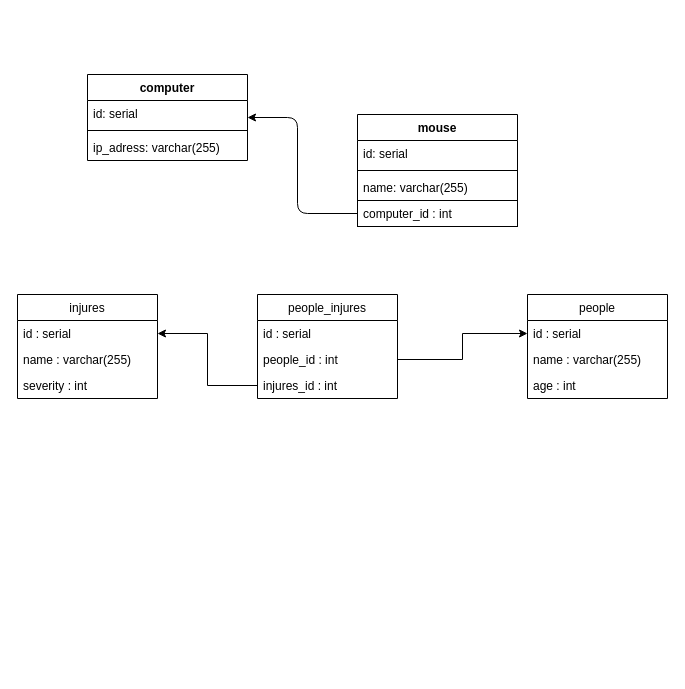
KarnaukhovKirill/job4j_design keeps this draw.io diagram as Untitled Diagram.drawio. Above is the earlier version. Source tidied: cells renumbered, new cells numbered last; positions are measured from the earlier drawing's top-left corner, leaving out a move shared by most shapes. Both pictures are drawn from the tidied source at 100%, with x=0, y=0 at pixel (17, 74).
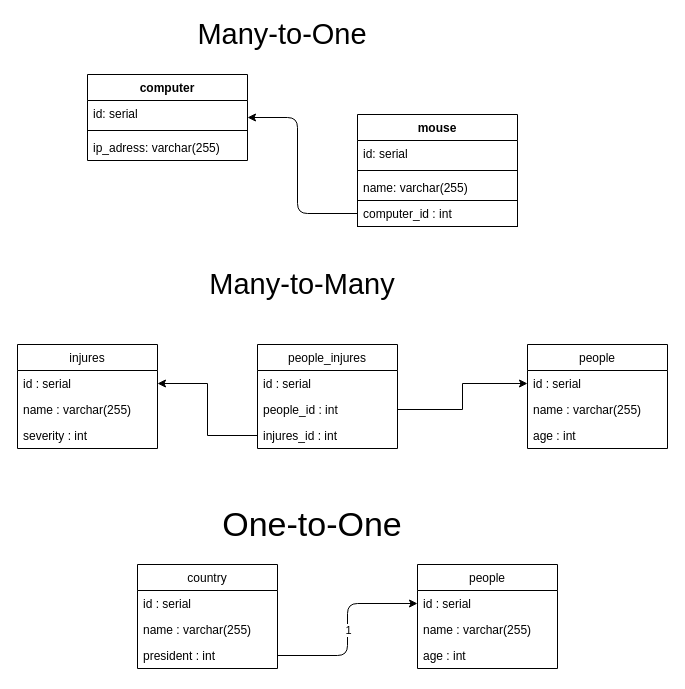
The same page after the edit.

What changed in the source:
```diff
@@
     <mxCell id="12" value="people_injures" style="swimlane;fontStyle=0;horizontal=1;startSize=26;fillColor=none;sketch=0;strokeColor=#000000;" parent="1" vertex="1">
-      <mxGeometry x="240" y="220" width="140" height="104" as="geometry" />
+      <mxGeometry x="240" y="270" width="140" height="104" as="geometry" />
     </mxCell>
@@
     <mxCell id="16" value="people" style="swimlane;fontStyle=0;horizontal=1;startSize=26;fillColor=none;sketch=0;strokeColor=#000000;" parent="1" vertex="1">
-      <mxGeometry x="510" y="220" width="140" height="104" as="geometry" />
+      <mxGeometry x="510" y="270" width="140" height="104" as="geometry" />
     </mxCell>
@@
     <mxCell id="20" value="injures" style="swimlane;fontStyle=0;horizontal=1;startSize=26;fillColor=none;sketch=0;strokeColor=#000000;" parent="1" vertex="1">
-      <mxGeometry y="220" width="140" height="104" as="geometry" />
+      <mxGeometry y="270" width="140" height="104" as="geometry" />
     </mxCell>
@@
+    <mxCell id="26" value="people" style="swimlane;fontStyle=0;horizontal=1;startSize=26;fillColor=none;sketch=0;strokeColor=#000000;" parent="1" vertex="1">
+      <mxGeometry x="400" y="490" width="140" height="104" as="geometry" />
+    </mxCell>
+    <mxCell id="27" value="id : serial" style="text;strokeColor=none;fillColor=none;align=left;verticalAlign=top;spacingLeft=4;spacingRight=4;overflow=hidden;points=[[0,0.5],[1,0.5]];portConstraint=eastwest;" parent="26" vertex="1">
+      <mxGeometry y="26" width="140" height="26" as="geometry" />
+    </mxCell>
+    <mxCell id="28" value="name : varchar(255)" style="text;strokeColor=none;fillColor=none;align=left;verticalAlign=top;spacingLeft=4;spacingRight=4;overflow=hidden;" parent="26" vertex="1">
+      <mxGeometry y="52" width="140" height="26" as="geometry" />
+    </mxCell>
+    <mxCell id="29" value="age : int" style="text;strokeColor=none;fillColor=none;align=left;verticalAlign=top;spacingLeft=4;spacingRight=4;overflow=hidden;" parent="26" vertex="1">
+      <mxGeometry y="78" width="140" height="26" as="geometry" />
+    </mxCell>
+    <mxCell id="30" value="country" style="swimlane;fontStyle=0;horizontal=1;startSize=26;fillColor=none;sketch=0;strokeColor=#000000;" parent="1" vertex="1">
+      <mxGeometry x="120" y="490" width="140" height="104" as="geometry" />
+    </mxCell>
+    <mxCell id="31" value="id : serial" style="text;strokeColor=none;fillColor=none;align=left;verticalAlign=top;spacingLeft=4;spacingRight=4;overflow=hidden;" parent="30" vertex="1">
+      <mxGeometry y="26" width="140" height="26" as="geometry" />
+    </mxCell>
+    <mxCell id="32" value="name : varchar(255)" style="text;strokeColor=none;fillColor=none;align=left;verticalAlign=top;spacingLeft=4;spacingRight=4;overflow=hidden;" parent="30" vertex="1">
+      <mxGeometry y="52" width="140" height="26" as="geometry" />
+    </mxCell>
+    <mxCell id="33" value="president : int" style="text;strokeColor=none;fillColor=none;align=left;verticalAlign=top;spacingLeft=4;spacingRight=4;overflow=hidden;points=[[0,0.5],[1,0.5]];portConstraint=eastwest;" parent="30" vertex="1">
+      <mxGeometry y="78" width="140" height="26" as="geometry" />
+    </mxCell>
+    <mxCell id="34" style="endArrow=classic;html=1;exitX=1;exitY=0.5;exitDx=0;exitDy=0;entryX=0;entryY=0.5;entryDx=0;entryDy=0;" parent="1" edge="1" source="33" target="27">
+      <mxGeometry relative="1" as="geometry">
+        <Array as="points">
+          <mxPoint x="330" y="581" />
+          <mxPoint x="330" y="529" />
+        </Array>
+      </mxGeometry>
+    </mxCell>
+    <mxCell id="35" value="1" style="edgeLabel;html=1;align=center;verticalAlign=middle;" parent="34" vertex="1">
+      <mxGeometry relative="1" as="geometry" />
+    </mxCell>
+    <mxCell id="36" value="&lt;font style=&quot;font-size: 29px&quot;&gt;Many-to-One&lt;/font&gt;" style="text;html=1;strokeColor=none;fillColor=none;align=center;verticalAlign=middle;whiteSpace=wrap;rounded=0;sketch=0;" parent="1" vertex="1">
+      <mxGeometry x="160" y="-50" width="210" height="20" as="geometry" />
+    </mxCell>
+    <mxCell id="37" value="&lt;font style=&quot;font-size: 29px&quot;&gt;Many-to-Many&lt;/font&gt;" style="text;html=1;strokeColor=none;fillColor=none;align=center;verticalAlign=middle;whiteSpace=wrap;rounded=0;sketch=0;" parent="1" vertex="1">
+      <mxGeometry x="180" y="200" width="210" height="20" as="geometry" />
+    </mxCell>
+    <mxCell id="38" value="&lt;font style=&quot;font-size: 34px&quot;&gt;One-to-One&lt;/font&gt;" style="text;html=1;strokeColor=none;fillColor=none;align=center;verticalAlign=middle;whiteSpace=wrap;rounded=0;sketch=0;" parent="1" vertex="1">
+      <mxGeometry x="190" y="440" width="210" height="20" as="geometry" />
+    </mxCell>
```
